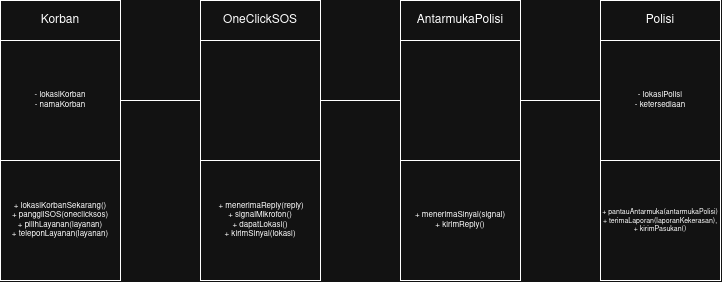
Earlier version of the draw.io export docs/M7/assets/diagram/UC07_detailed_class_diagram.png (chrishengun123/IF2150-RPL-K02-G10). Source tidied: cells renumbered, new cells last; positions are measured from the earlier drawing's top-left corner, leaving out a move shared by most shapes.
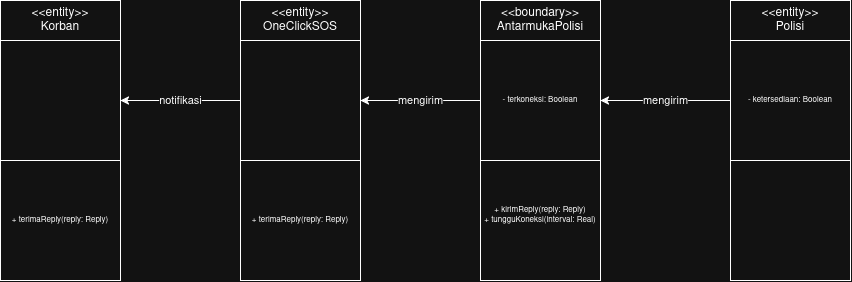
After the commit.

What changed in the source:
```diff
@@ -2,50 +2,50 @@
   <root>
     <mxCell id="0" />
     <mxCell id="1" parent="0" />
-    <mxCell id="2" value="Korban" style="rounded=0;whiteSpace=wrap;html=1;" parent="1" vertex="1">
+    <mxCell id="2" value="&amp;lt;&amp;lt;entity&amp;gt;&amp;gt;&lt;div&gt;Korban&lt;/div&gt;" style="rounded=0;whiteSpace=wrap;html=1;" parent="1" vertex="1">
       <mxGeometry width="120" height="40" as="geometry" />
     </mxCell>
-    <mxCell id="3" value="OneClickSOS" style="rounded=0;whiteSpace=wrap;html=1;" parent="1" vertex="1">
-      <mxGeometry x="200" width="120" height="40" as="geometry" />
+    <mxCell id="3" value="&amp;lt;&amp;lt;entity&amp;gt;&amp;gt;&lt;div&gt;OneClickSOS&lt;/div&gt;" style="rounded=0;whiteSpace=wrap;html=1;" parent="1" vertex="1">
+      <mxGeometry x="240" width="120" height="40" as="geometry" />
     </mxCell>
-    <mxCell id="4" value="AntarmukaPolisi" style="rounded=0;whiteSpace=wrap;html=1;" parent="1" vertex="1">
-      <mxGeometry x="400" width="120" height="40" as="geometry" />
+    <mxCell id="4" value="&amp;lt;&amp;lt;boundary&amp;gt;&amp;gt;&lt;div&gt;AntarmukaPolisi&lt;/div&gt;" style="rounded=0;whiteSpace=wrap;html=1;" parent="1" vertex="1">
+      <mxGeometry x="480" width="120" height="40" as="geometry" />
     </mxCell>
-    <mxCell id="5" value="Polisi" style="rounded=0;whiteSpace=wrap;html=1;" parent="1" vertex="1">
-      <mxGeometry x="600" width="120" height="40" as="geometry" />
+    <mxCell id="5" value="&amp;lt;&amp;lt;entity&amp;gt;&amp;gt;&lt;div&gt;Polisi&lt;/div&gt;" style="rounded=0;whiteSpace=wrap;html=1;" parent="1" vertex="1">
+      <mxGeometry x="730" width="120" height="40" as="geometry" />
     </mxCell>
-    <mxCell id="6" style="edgeStyle=orthogonalEdgeStyle;rounded=0;jettySize=auto;html=1;defaultLabelBackgroundColor=gap;endArrow=none;endFill=0;" parent="1" edge="1" source="7" target="9">
+    <mxCell id="6" value="notifikasi" style="edgeStyle=orthogonalEdgeStyle;rounded=0;jettySize=auto;html=1;defaultLabelBackgroundColor=gap;endArrow=none;endFill=0;startArrow=classic;startFill=1;" parent="1" edge="1" source="7" target="9">
       <mxGeometry relative="1" as="geometry" />
     </mxCell>
-    <mxCell id="7" value="&lt;div&gt;- lokasiKorban&lt;/div&gt;&lt;div&gt;- namaKorban&lt;/div&gt;" style="rounded=0;whiteSpace=wrap;html=1;fontSize=8;" parent="1" vertex="1">
+    <mxCell id="7" style="rounded=0;whiteSpace=wrap;html=1;fontSize=8;" parent="1" vertex="1">
       <mxGeometry y="40" width="120" height="120" as="geometry" />
     </mxCell>
-    <mxCell id="8" style="edgeStyle=none;rounded=0;jettySize=auto;html=1;defaultLabelBackgroundColor=gap;endArrow=none;endFill=0;" parent="1" edge="1" source="9" target="11">
+    <mxCell id="8" value="mengirim" style="edgeStyle=none;rounded=0;jettySize=auto;html=1;defaultLabelBackgroundColor=gap;endArrow=none;endFill=0;startArrow=classic;startFill=1;" parent="1" edge="1" source="9" target="11">
       <mxGeometry relative="1" as="geometry" />
     </mxCell>
     <mxCell id="9" style="rounded=0;whiteSpace=wrap;html=1;fontSize=8;" parent="1" vertex="1">
-      <mxGeometry x="200" y="40" width="120" height="120" as="geometry" />
+      <mxGeometry x="240" y="40" width="120" height="120" as="geometry" />
     </mxCell>
-    <mxCell id="10" style="edgeStyle=none;rounded=0;jettySize=auto;html=1;defaultLabelBackgroundColor=gap;endArrow=none;endFill=0;" parent="1" edge="1" source="11" target="12">
+    <mxCell id="10" value="mengirim" style="edgeStyle=none;rounded=0;jettySize=auto;html=1;defaultLabelBackgroundColor=gap;endArrow=none;endFill=0;startArrow=classic;startFill=1;" parent="1" edge="1" source="11" target="12">
       <mxGeometry relative="1" as="geometry" />
     </mxCell>
-    <mxCell id="11" style="rounded=0;whiteSpace=wrap;html=1;fontSize=8;" parent="1" vertex="1">
-      <mxGeometry x="400" y="40" width="120" height="120" as="geometry" />
+    <mxCell id="11" value="- terkoneksi: Boolean" style="rounded=0;whiteSpace=wrap;html=1;fontSize=8;" parent="1" vertex="1">
+      <mxGeometry x="480" y="40" width="120" height="120" as="geometry" />
     </mxCell>
-    <mxCell id="12" value="&lt;div&gt;- lokasiPolisi&lt;/div&gt;&lt;div&gt;- ketersediaan&lt;/div&gt;" style="rounded=0;whiteSpace=wrap;html=1;fontSize=8;" parent="1" vertex="1">
-      <mxGeometry x="600" y="40" width="120" height="120" as="geometry" />
+    <mxCell id="12" value="&lt;div&gt;- ketersediaan: Boolean&lt;/div&gt;" style="rounded=0;whiteSpace=wrap;html=1;fontSize=8;" parent="1" vertex="1">
+      <mxGeometry x="730" y="40" width="120" height="120" as="geometry" />
     </mxCell>
-    <mxCell id="13" value="&lt;div&gt;+ lokasiKorbanSekarang()&lt;/div&gt;&lt;div&gt;+ panggilSOS(oneclicksos)&lt;/div&gt;&lt;div&gt;+ pilihLayanan(layanan)&lt;/div&gt;&lt;div&gt;+ teleponLayanan(layanan)&lt;/div&gt;" style="rounded=0;whiteSpace=wrap;html=1;fontSize=8;" parent="1" vertex="1">
+    <mxCell id="13" value="+ terimaReply(reply: Reply)" style="rounded=0;whiteSpace=wrap;html=1;fontSize=8;" parent="1" vertex="1">
       <mxGeometry y="160" width="120" height="120" as="geometry" />
     </mxCell>
-    <mxCell id="14" value="&lt;div&gt;&amp;nbsp;+ menerimaReply(reply)&lt;/div&gt;&lt;div&gt;+ signalMikrofon()&lt;/div&gt;&lt;div&gt;+ dapatLokasi()&lt;/div&gt;&lt;div&gt;+ kirimSinyal(lokasi)&lt;/div&gt;" style="rounded=0;whiteSpace=wrap;html=1;fontSize=8;" parent="1" vertex="1">
-      <mxGeometry x="200" y="160" width="120" height="120" as="geometry" />
+    <mxCell id="14" value="+ terimaReply(reply: Reply)" style="rounded=0;whiteSpace=wrap;html=1;fontSize=8;" parent="1" vertex="1">
+      <mxGeometry x="240" y="160" width="120" height="120" as="geometry" />
     </mxCell>
-    <mxCell id="15" value="&lt;div&gt;+ menerimaSinyal(signal)&lt;/div&gt;&lt;div&gt;+ kirimReply()&lt;/div&gt;" style="rounded=0;whiteSpace=wrap;html=1;fontSize=8;" parent="1" vertex="1">
-      <mxGeometry x="400" y="160" width="120" height="120" as="geometry" />
+    <mxCell id="15" value="&lt;div&gt;+ kirimReply(reply: Reply)&lt;/div&gt;&lt;div&gt;&lt;div&gt;+ tungguKoneksi(interval: Real)&lt;/div&gt;&lt;br&gt;&lt;/div&gt;" style="rounded=0;whiteSpace=wrap;html=1;fontSize=8;" parent="1" vertex="1">
+      <mxGeometry x="480" y="160" width="120" height="120" as="geometry" />
     </mxCell>
-    <mxCell id="16" value="&lt;div&gt;+ pantauAntarmuka(antarmukaPolisi)&lt;/div&gt;&lt;div&gt;+ terimaLaporan(laporanKekerasan),&lt;/div&gt;&lt;div&gt;+ kirimPasukan()&lt;/div&gt;" style="rounded=0;whiteSpace=wrap;html=1;fontSize=7;" parent="1" vertex="1">
-      <mxGeometry x="600" y="160" width="120" height="120" as="geometry" />
+    <mxCell id="16" style="rounded=0;whiteSpace=wrap;html=1;fontSize=8;" parent="1" vertex="1">
+      <mxGeometry x="730" y="160" width="120" height="120" as="geometry" />
     </mxCell>
   </root>
 </mxGraphModel>
```
